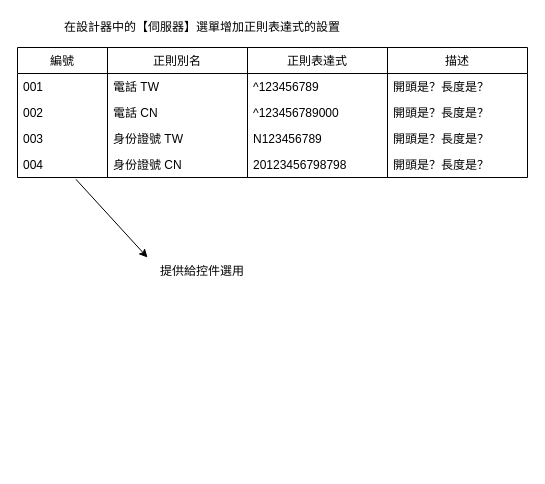
This is mutipleVerify.drawio from frglobal/documents, a draw.io file, before an edit. Source tidied: cells renumbered, new cells numbered last; positions are measured from the earlier drawing's top-left corner, leaving out a move shared by most shapes. Both pictures are drawn from the tidied source at 100%, with x=0, y=0 at pixel (17, 17).
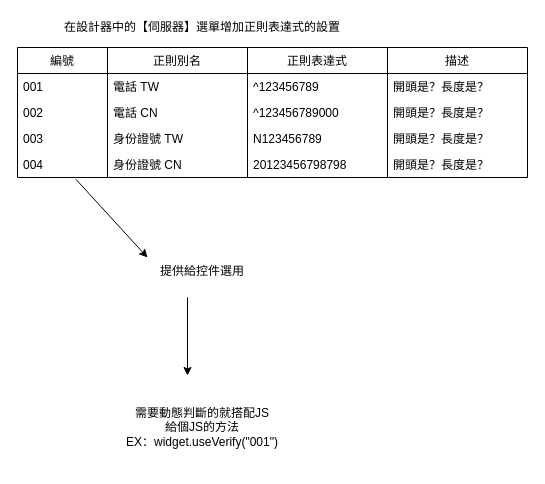
The same page after the edit.

The edit, as a diff of the source:
```diff
@@
+    <mxCell id="25" style="endArrow=classic;html=1;exitX=0.649;exitY=1.069;exitDx=0;exitDy=0;exitPerimeter=0;" parent="1" edge="1">
+      <mxGeometry relative="1" as="geometry">
+        <mxPoint x="170" y="280" as="sourcePoint" />
+        <mxPoint x="170" y="358" as="targetPoint" />
+      </mxGeometry>
+    </mxCell>
+    <mxCell id="26" value="需要動態判斷的就搭配JS&lt;br&gt;給個JS的方法&lt;br&gt;EX：widget.useVerify(&quot;001&quot;)" style="text;html=1;strokeColor=none;fillColor=none;align=center;verticalAlign=middle;whiteSpace=wrap;rounded=0;" parent="1" vertex="1">
+      <mxGeometry y="370" width="370" height="80" as="geometry" />
+    </mxCell>
```
